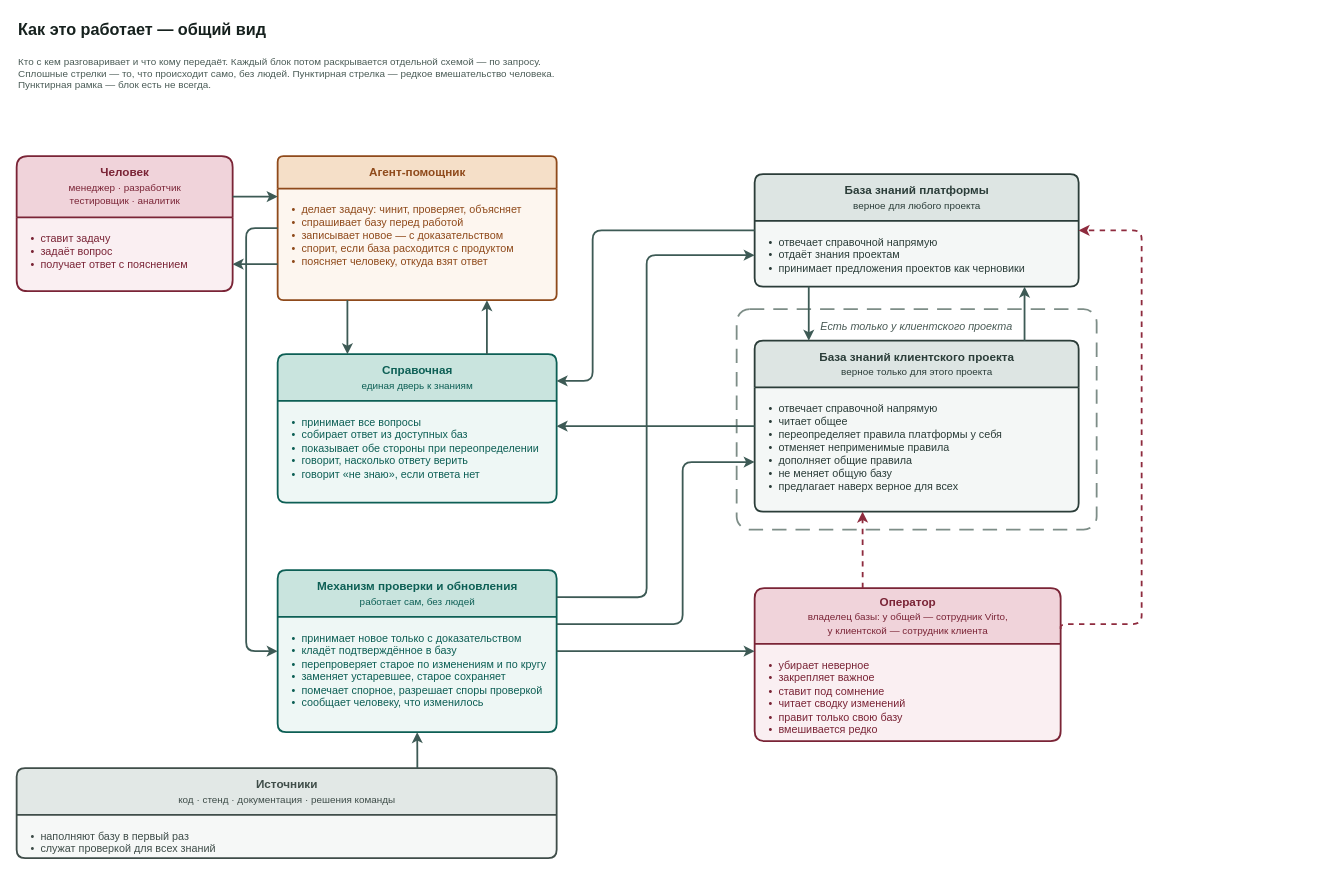
This is docs/adr/adr-knowledge-base-v3-overview.drawio from VirtoCommerce/ai-tools, a draw.io file, before an edit. Source tidied: cells renumbered, new cells numbered last; positions are measured from the earlier drawing's top-left corner, leaving out a move shared by most shapes. Both pictures are drawn from the tidied source at 90%, with x=0, y=0 at pixel (16, 15).
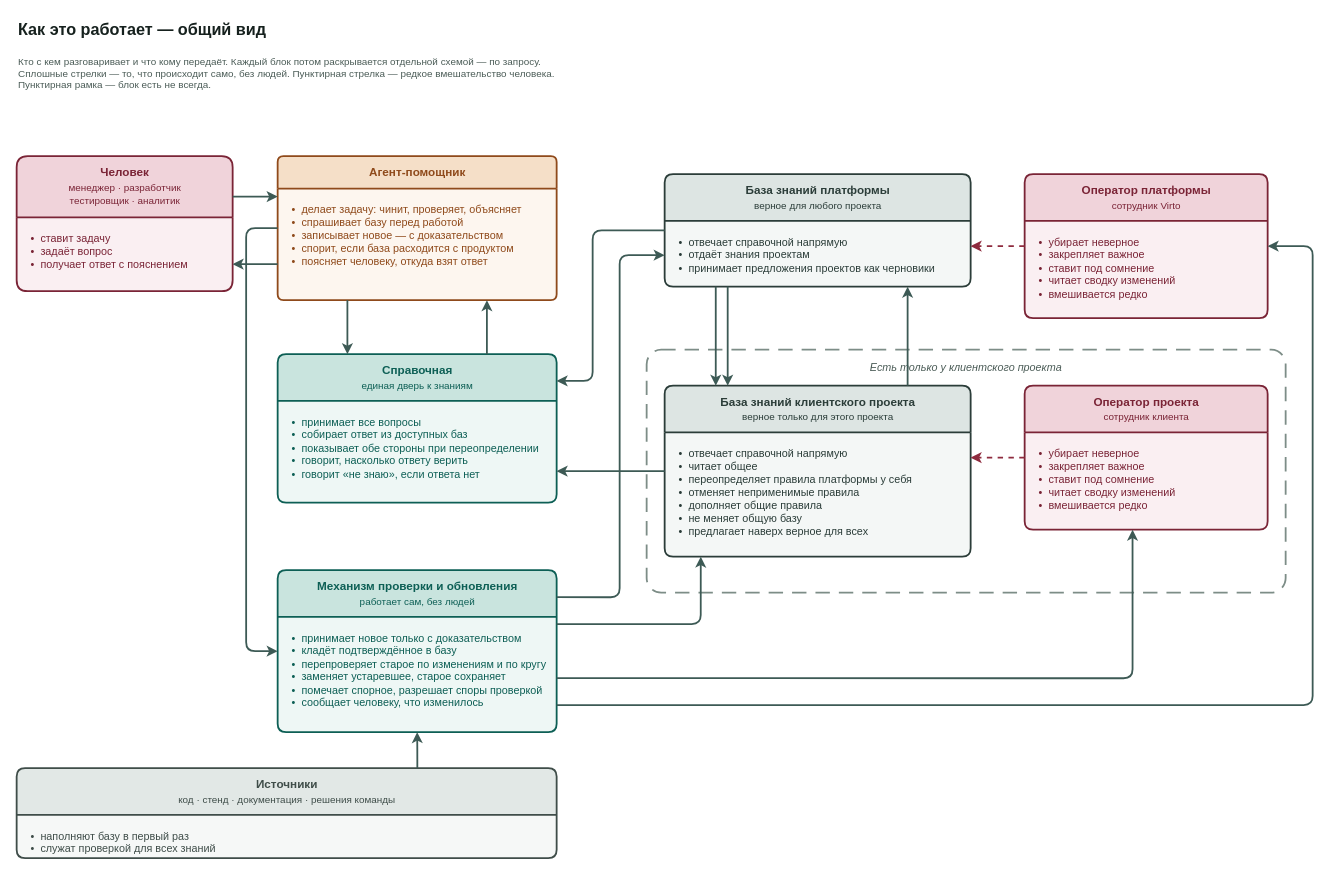
The same diagram, later.

Commit message (it also covers changes not shown here):
docs(adr): kb v3 — два оператора, клиентский внутри пунктирной рамки (VCST-5776)

The change refers to these unchanged cells:
```xml
<mxCell id="8" value="Справочная&lt;br&gt;&lt;span style=&quot;font-size:11px;font-weight:normal&quot;&gt;единая дверь к знаниям&lt;/span&gt;" style="swimlane;html=1;rounded=1;arcSize=6;startSize=52;horizontal=1;fillColor=#c9e4de;swimlaneFillColor=#eef7f5;strokeColor=#0d5f55;fontColor=#0d5f55;fontSize=13;fontStyle=1;align=center;verticalAlign=middle;strokeWidth=2;fontFamily=Helvetica;" parent="1" vertex="1">
  <mxGeometry x="290" y="376" width="310" height="165" as="geometry" />
</mxCell>
<mxCell id="15" value="Механизм проверки и обновления&lt;br&gt;&lt;span style=&quot;font-size:11px;font-weight:normal&quot;&gt;работает сам, без людей&lt;/span&gt;" style="swimlane;html=1;rounded=1;arcSize=6;startSize=52;horizontal=1;fillColor=#c9e4de;swimlaneFillColor=#eef7f5;strokeColor=#0d5f55;fontColor=#0d5f55;fontSize=13;fontStyle=1;align=center;verticalAlign=middle;strokeWidth=2;fontFamily=Helvetica;" parent="1" vertex="1">
  <mxGeometry x="290" y="616" width="310" height="180" as="geometry" />
</mxCell>
<mxCell id="19" value="Источники&lt;br&gt;&lt;span style=&quot;font-size:11px;font-weight:normal&quot;&gt;код · стенд · документация · решения команды&lt;/span&gt;" style="swimlane;html=1;rounded=1;arcSize=6;startSize=52;horizontal=1;fillColor=#e2e8e6;swimlaneFillColor=#f6f8f7;strokeColor=#3f4d49;fontColor=#3f4d49;fontSize=13;fontStyle=1;align=center;verticalAlign=middle;strokeWidth=2;fontFamily=Helvetica;" parent="1" vertex="1">
  <mxGeometry y="836" width="600" height="100" as="geometry" />
</mxCell>
```

What changed in the source:
```diff
@@
     <mxCell id="10" value="Есть только у клиентского проекта" style="rounded=1;arcSize=6;whiteSpace=wrap;html=1;fillColor=none;strokeColor=#7d8d87;dashed=1;dashPattern=8 5;strokeWidth=2;verticalAlign=top;align=center;spacingTop=6;fontColor=#4b5c57;fontStyle=2;fontSize=12;fontFamily=Helvetica;" parent="1" vertex="1">
-      <mxGeometry x="800" y="326" width="400" height="245" as="geometry" />
+      <mxGeometry x="700" y="371" width="710" height="270" as="geometry" />
     </mxCell>
     <mxCell id="11" value="База знаний платформы&lt;br&gt;&lt;span style=&quot;font-size:11px;font-weight:normal&quot;&gt;верное для любого проекта&lt;/span&gt;" style="swimlane;html=1;rounded=1;arcSize=6;startSize=52;horizontal=1;fillColor=#dde5e3;swimlaneFillColor=#f4f7f6;strokeColor=#2b3d39;fontColor=#2b3d39;fontSize=13;fontStyle=1;align=center;verticalAlign=middle;strokeWidth=2;fontFamily=Helvetica;" parent="1" vertex="1">
-      <mxGeometry x="820" y="176" width="360" height="125" as="geometry" />
+      <mxGeometry x="720" y="176" width="340" height="125" as="geometry" />
     </mxCell>
     <mxCell id="12" value="•&amp;nbsp; отвечает справочной напрямую&lt;br&gt;•&amp;nbsp; отдаёт знания проектам&lt;br&gt;•&amp;nbsp; принимает предложения проектов как черновики" style="text;html=1;align=left;verticalAlign=top;whiteSpace=wrap;spacingLeft=14;spacingTop=10;spacingRight=10;fontSize=12;fontColor=#2b3d39;fontFamily=Helvetica;" parent="11" vertex="1">
-      <mxGeometry y="52" width="360" height="73" as="geometry" />
+      <mxGeometry y="52" width="340" height="73" as="geometry" />
     </mxCell>
     <mxCell id="13" value="База знаний клиентского проекта&lt;br&gt;&lt;span style=&quot;font-size:11px;font-weight:normal&quot;&gt;верное только для этого проекта&lt;/span&gt;" style="swimlane;html=1;rounded=1;arcSize=6;startSize=52;horizontal=1;fillColor=#dde5e3;swimlaneFillColor=#f4f7f6;strokeColor=#2b3d39;fontColor=#2b3d39;fontSize=13;fontStyle=1;align=center;verticalAlign=middle;strokeWidth=2;fontFamily=Helvetica;" parent="1" vertex="1">
-      <mxGeometry x="820" y="361" width="360" height="190" as="geometry" />
+      <mxGeometry x="720" y="411" width="340" height="190" as="geometry" />
     </mxCell>
     <mxCell id="14" value="•&amp;nbsp; отвечает справочной напрямую&lt;br&gt;•&amp;nbsp; читает общее&lt;br&gt;•&amp;nbsp; переопределяет правила платформы у себя&lt;br&gt;•&amp;nbsp; отменяет неприменимые правила&lt;br&gt;•&amp;nbsp; дополняет общие правила&lt;br&gt;•&amp;nbsp; не меняет общую базу&lt;br&gt;•&amp;nbsp; предлагает наверх верное для всех" style="text;html=1;align=left;verticalAlign=top;whiteSpace=wrap;spacingLeft=14;spacingTop=10;spacingRight=10;fontSize=12;fontColor=#2b3d39;fontFamily=Helvetica;" parent="13" vertex="1">
-      <mxGeometry y="52" width="360" height="138" as="geometry" />
+      <mxGeometry y="52" width="340" height="138" as="geometry" />
     </mxCell>
@@
-    <mxCell id="17" value="Оператор&lt;br&gt;&lt;span style=&quot;font-size:11px;font-weight:normal&quot;&gt;владелец базы: у общей — сотрудник Virto,&lt;br&gt;у клиентской — сотрудник клиента&lt;/span&gt;" style="swimlane;html=1;rounded=1;arcSize=6;startSize=62;horizontal=1;fillColor=#f0d3da;swimlaneFillColor=#faeff2;strokeColor=#7a2436;fontColor=#7a2436;fontSize=13;fontStyle=1;align=center;verticalAlign=middle;strokeWidth=2;fontFamily=Helvetica;" parent="1" vertex="1">
-      <mxGeometry x="820" y="636" width="340" height="170" as="geometry" />
-    </mxCell>
-    <mxCell id="18" value="•&amp;nbsp; убирает неверное&lt;br&gt;•&amp;nbsp; закрепляет важное&lt;br&gt;•&amp;nbsp; ставит под сомнение&lt;br&gt;•&amp;nbsp; читает сводку изменений&lt;br&gt;•&amp;nbsp; правит только свою базу&lt;br&gt;•&amp;nbsp; вмешивается редко" style="text;html=1;align=left;verticalAlign=top;whiteSpace=wrap;spacingLeft=14;spacingTop=10;spacingRight=10;fontSize=12;fontColor=#7a2436;fontFamily=Helvetica;" parent="17" vertex="1">
-      <mxGeometry y="62" width="340" height="108" as="geometry" />
-    </mxCell>
+    <mxCell id="36" value="Оператор платформы&lt;br&gt;&lt;span style=&quot;font-size:11px;font-weight:normal&quot;&gt;сотрудник Virto&lt;/span&gt;" style="swimlane;html=1;rounded=1;arcSize=6;startSize=52;horizontal=1;fillColor=#f0d3da;swimlaneFillColor=#faeff2;strokeColor=#7a2436;fontColor=#7a2436;fontSize=13;fontStyle=1;align=center;verticalAlign=middle;strokeWidth=2;fontFamily=Helvetica;" parent="1" vertex="1">
+      <mxGeometry x="1120" y="176" width="270" height="160" as="geometry" />
+    </mxCell>
+    <mxCell id="37" value="•&amp;nbsp; убирает неверное&lt;br&gt;•&amp;nbsp; закрепляет важное&lt;br&gt;•&amp;nbsp; ставит под сомнение&lt;br&gt;•&amp;nbsp; читает сводку изменений&lt;br&gt;•&amp;nbsp; вмешивается редко" style="text;html=1;align=left;verticalAlign=top;whiteSpace=wrap;spacingLeft=14;spacingTop=10;spacingRight=10;fontSize=12;fontColor=#7a2436;fontFamily=Helvetica;" parent="36" vertex="1">
+      <mxGeometry y="52" width="270" height="108" as="geometry" />
+    </mxCell>
+    <mxCell id="38" value="Оператор проекта&lt;br&gt;&lt;span style=&quot;font-size:11px;font-weight:normal&quot;&gt;сотрудник клиента&lt;/span&gt;" style="swimlane;html=1;rounded=1;arcSize=6;startSize=52;horizontal=1;fillColor=#f0d3da;swimlaneFillColor=#faeff2;strokeColor=#7a2436;fontColor=#7a2436;fontSize=13;fontStyle=1;align=center;verticalAlign=middle;strokeWidth=2;fontFamily=Helvetica;" parent="1" vertex="1">
+      <mxGeometry x="1120" y="411" width="270" height="160" as="geometry" />
+    </mxCell>
+    <mxCell id="39" value="•&amp;nbsp; убирает неверное&lt;br&gt;•&amp;nbsp; закрепляет важное&lt;br&gt;•&amp;nbsp; ставит под сомнение&lt;br&gt;•&amp;nbsp; читает сводку изменений&lt;br&gt;•&amp;nbsp; вмешивается редко" style="text;html=1;align=left;verticalAlign=top;whiteSpace=wrap;spacingLeft=14;spacingTop=10;spacingRight=10;fontSize=12;fontColor=#7a2436;fontFamily=Helvetica;" parent="38" vertex="1">
+      <mxGeometry y="52" width="270" height="108" as="geometry" />
+    </mxCell>
@@
-    <mxCell id="26" style="edgeStyle=orthogonalEdgeStyle;rounded=1;html=1;labelBackgroundColor=#ffffff;fontSize=12;strokeWidth=2;strokeColor=#3d5a55;fontColor=#2f3a37;fontFamily=Helvetica;exitX=0;exitY=0.5;exitDx=0;exitDy=0;entryX=1;entryY=0.485;entryDx=0;entryDy=0;" parent="1" edge="1" source="13" target="8">
+    <mxCell id="26" style="edgeStyle=orthogonalEdgeStyle;rounded=1;html=1;labelBackgroundColor=#ffffff;fontSize=12;strokeWidth=2;strokeColor=#3d5a55;fontColor=#2f3a37;fontFamily=Helvetica;exitX=0;exitY=0.5;exitDx=0;exitDy=0;entryX=1;entryY=0.788;entryDx=0;entryDy=0;" parent="1" edge="1" source="13" target="8">
       <mxGeometry relative="1" as="geometry" />
     </mxCell>
@@
     <mxCell id="28" style="edgeStyle=orthogonalEdgeStyle;rounded=1;html=1;labelBackgroundColor=#ffffff;fontSize=12;strokeWidth=2;strokeColor=#3d5a55;fontColor=#2f3a37;fontFamily=Helvetica;exitX=1;exitY=0.167;exitDx=0;exitDy=0;entryX=0;entryY=0.72;entryDx=0;entryDy=0;" parent="1" edge="1" source="15" target="11">
       <mxGeometry relative="1" as="geometry">
         <Array as="points">
-          <mxPoint x="700" y="646" />
-          <mxPoint x="700" y="266" />
+          <mxPoint x="670" y="646" />
+          <mxPoint x="670" y="266" />
         </Array>
       </mxGeometry>
     </mxCell>
-    <mxCell id="29" style="edgeStyle=orthogonalEdgeStyle;rounded=1;html=1;labelBackgroundColor=#ffffff;fontSize=12;strokeWidth=2;strokeColor=#3d5a55;fontColor=#2f3a37;fontFamily=Helvetica;exitX=1;exitY=0.333;exitDx=0;exitDy=0;entryX=0;entryY=0.71;entryDx=0;entryDy=0;" parent="1" edge="1" source="15" target="13">
+    <mxCell id="29" style="edgeStyle=orthogonalEdgeStyle;rounded=1;html=1;labelBackgroundColor=#ffffff;fontSize=12;strokeWidth=2;strokeColor=#3d5a55;fontColor=#2f3a37;fontFamily=Helvetica;exitX=1;exitY=0.333;exitDx=0;exitDy=0;entryX=0.118;entryY=1;entryDx=0;entryDy=0;" parent="1" edge="1" source="15" target="13">
       <mxGeometry relative="1" as="geometry">
         <Array as="points">
-          <mxPoint x="740" y="676" />
-          <mxPoint x="740" y="496" />
+          <mxPoint x="760" y="676" />
         </Array>
       </mxGeometry>
     </mxCell>
-    <mxCell id="30" style="edgeStyle=orthogonalEdgeStyle;rounded=1;html=1;labelBackgroundColor=#ffffff;fontSize=12;strokeWidth=2;strokeColor=#3d5a55;fontColor=#2f3a37;fontFamily=Helvetica;exitX=0.833;exitY=0;exitDx=0;exitDy=0;entryX=0.833;entryY=1;entryDx=0;entryDy=0;" parent="1" edge="1" source="13" target="11">
+    <mxCell id="30" style="edgeStyle=orthogonalEdgeStyle;rounded=1;html=1;labelBackgroundColor=#ffffff;fontSize=12;strokeWidth=2;strokeColor=#3d5a55;fontColor=#2f3a37;fontFamily=Helvetica;exitX=0.794;exitY=0;exitDx=0;exitDy=0;entryX=0.794;entryY=1;entryDx=0;entryDy=0;" parent="1" edge="1" source="13" target="11">
       <mxGeometry relative="1" as="geometry" />
     </mxCell>
-    <mxCell id="31" style="edgeStyle=orthogonalEdgeStyle;rounded=1;html=1;labelBackgroundColor=#ffffff;fontSize=12;strokeWidth=2;strokeColor=#3d5a55;fontColor=#2f3a37;fontFamily=Helvetica;exitX=0.742;exitY=0;exitDx=0;exitDy=0;entryX=0.5;entryY=1;entryDx=0;entryDy=0;" parent="1" edge="1" source="19" target="15">
+    <mxCell id="31" style="edgeStyle=orthogonalEdgeStyle;rounded=1;html=1;labelBackgroundColor=#ffffff;fontSize=12;strokeWidth=2;strokeColor=#3d5a55;fontColor=#2f3a37;fontFamily=Helvetica;exitX=0.206;exitY=1;exitDx=0;exitDy=0;entryX=0.206;entryY=0;entryDx=0;entryDy=0;" parent="1" edge="1" source="11" target="13">
       <mxGeometry relative="1" as="geometry" />
     </mxCell>
-    <mxCell id="32" style="edgeStyle=orthogonalEdgeStyle;rounded=1;html=1;labelBackgroundColor=#ffffff;fontSize=12;strokeWidth=2;strokeColor=#3d5a55;fontColor=#2f3a37;fontFamily=Helvetica;exitX=1;exitY=0.5;exitDx=0;exitDy=0;entryX=0;entryY=0.412;entryDx=0;entryDy=0;" parent="1" edge="1" source="15" target="17">
+    <mxCell id="32" style="edgeStyle=orthogonalEdgeStyle;rounded=1;html=1;labelBackgroundColor=#ffffff;fontSize=12;strokeWidth=2;strokeColor=#3d5a55;fontColor=#2f3a37;fontFamily=Helvetica;exitX=0.742;exitY=0;exitDx=0;exitDy=0;entryX=0.5;entryY=1;entryDx=0;entryDy=0;" parent="1" edge="1" source="19" target="15">
       <mxGeometry relative="1" as="geometry" />
     </mxCell>
-    <mxCell id="33" style="edgeStyle=orthogonalEdgeStyle;rounded=1;html=1;labelBackgroundColor=#ffffff;fontSize=12;strokeWidth=2;strokeColor=#3d5a55;fontColor=#2f3a37;fontFamily=Helvetica;dashed=1;strokeColor=#8e2b3e;fontColor=#6b1f2e;exitX=0.353;exitY=0;exitDx=0;exitDy=0;entryX=0.333;entryY=1;entryDx=0;entryDy=0;" parent="1" edge="1" source="17" target="13">
-      <mxGeometry relative="1" as="geometry" />
+    <mxCell id="33" style="edgeStyle=orthogonalEdgeStyle;rounded=1;html=1;labelBackgroundColor=#ffffff;fontSize=12;strokeWidth=2;strokeColor=#3d5a55;fontColor=#2f3a37;fontFamily=Helvetica;exitX=1;exitY=0.667;exitDx=0;exitDy=0;entryX=0.444;entryY=1;entryDx=0;entryDy=0;" parent="1" edge="1" source="15" target="38">
+      <mxGeometry relative="1" as="geometry">
+        <Array as="points">
+          <mxPoint x="1240" y="736" />
+        </Array>
+      </mxGeometry>
     </mxCell>
-    <mxCell id="34" style="edgeStyle=orthogonalEdgeStyle;rounded=1;html=1;labelBackgroundColor=#ffffff;fontSize=12;strokeWidth=2;strokeColor=#3d5a55;fontColor=#2f3a37;fontFamily=Helvetica;dashed=1;strokeColor=#8e2b3e;fontColor=#6b1f2e;exitX=1;exitY=0.267;exitDx=0;exitDy=0;entryX=1;entryY=0.5;entryDx=0;entryDy=0;" parent="1" edge="1" source="17" target="11">
+    <mxCell id="34" style="edgeStyle=orthogonalEdgeStyle;rounded=1;html=1;labelBackgroundColor=#ffffff;fontSize=12;strokeWidth=2;strokeColor=#3d5a55;fontColor=#2f3a37;fontFamily=Helvetica;exitX=1;exitY=0.833;exitDx=0;exitDy=0;entryX=1;entryY=0.5;entryDx=0;entryDy=0;" parent="1" edge="1" source="15" target="36">
       <mxGeometry relative="1" as="geometry">
         <Array as="points">
-          <mxPoint x="1250" y="676" />
-          <mxPoint x="1250" y="238" />
+          <mxPoint x="1440" y="766" />
+          <mxPoint x="1440" y="256" />
         </Array>
       </mxGeometry>
     </mxCell>
-    <mxCell id="35" style="edgeStyle=orthogonalEdgeStyle;rounded=1;html=1;labelBackgroundColor=#ffffff;fontSize=12;strokeWidth=2;strokeColor=#3d5a55;fontColor=#2f3a37;fontFamily=Helvetica;exitX=0.167;exitY=1;exitDx=0;exitDy=0;entryX=0.167;entryY=0;entryDx=0;entryDy=0;" parent="1" edge="1" source="11" target="13">
+    <mxCell id="35" style="edgeStyle=orthogonalEdgeStyle;rounded=1;html=1;labelBackgroundColor=#ffffff;fontSize=12;strokeWidth=2;strokeColor=#3d5a55;fontColor=#2f3a37;fontFamily=Helvetica;dashed=1;strokeColor=#8e2b3e;fontColor=#6b1f2e;exitX=0;exitY=0.5;exitDx=0;exitDy=0;entryX=1;entryY=0.421;entryDx=0;entryDy=0;" parent="1" edge="1" source="38" target="13">
       <mxGeometry relative="1" as="geometry" />
     </mxCell>
+    <mxCell id="40" style="edgeStyle=orthogonalEdgeStyle;rounded=1;html=1;labelBackgroundColor=#ffffff;fontSize=12;strokeWidth=2;strokeColor=#3d5a55;fontColor=#2f3a37;fontFamily=Helvetica;dashed=1;strokeColor=#8e2b3e;fontColor=#6b1f2e;exitX=0;exitY=0.5;exitDx=0;exitDy=0;entryX=1;entryY=0.64;entryDx=0;entryDy=0;" parent="1" edge="1" source="36" target="11">
+      <mxGeometry relative="1" as="geometry" />
+    </mxCell>
+    <mxCell id="41" style="edgeStyle=orthogonalEdgeStyle;rounded=1;html=1;labelBackgroundColor=#ffffff;fontSize=12;strokeWidth=2;strokeColor=#3d5a55;fontColor=#2f3a37;fontFamily=Helvetica;exitX=0.167;exitY=1;exitDx=0;exitDy=0;entryX=0.167;entryY=0;entryDx=0;entryDy=0;" parent="1" edge="1" source="11" target="13">
+      <mxGeometry relative="1" as="geometry" />
+    </mxCell>
```
